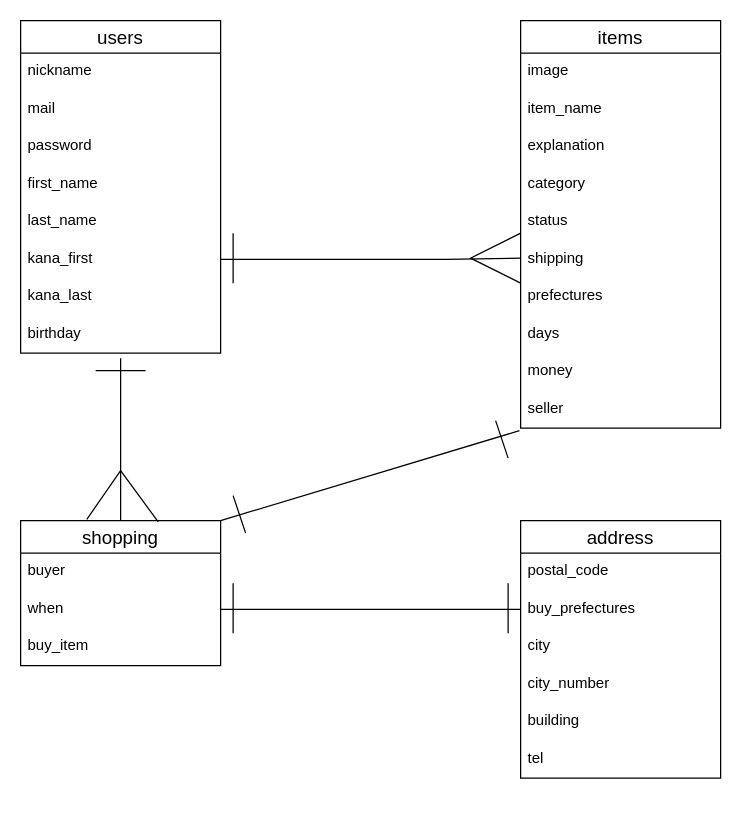
Above: furima.dio in iori-m-0801/furima-31999 (draw.io), before the change. Source tidied: cells renumbered, new cells numbered last; positions are measured from the earlier drawing's top-left corner, leaving out a move shared by most shapes. Both pictures are drawn from the tidied source at 125%, with x=0, y=0 at pixel (20, 20).
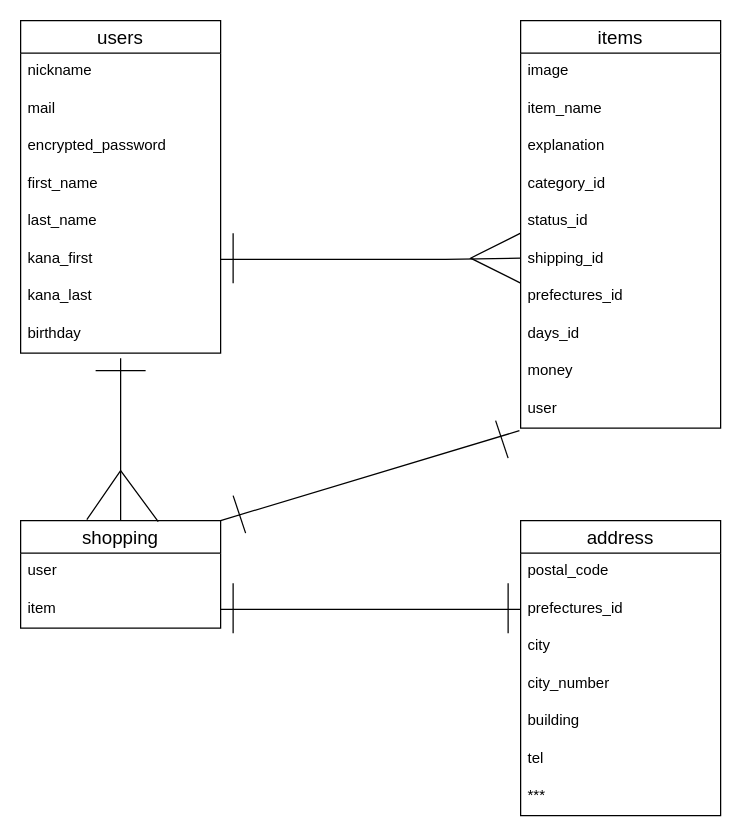
Above is the later version.

Commit message (it also covers changes not shown here):
データベース設計修正2

Unchanged cells that the change refers to:
```xml
<mxCell id="2" value="users" style="swimlane;fontStyle=0;horizontal=1;startSize=26;align=center;fontSize=15;" parent="1" vertex="1">
  <mxGeometry width="160" height="266" as="geometry" />
</mxCell>
<mxCell id="11" value="items" style="swimlane;fontStyle=0;horizontal=1;startSize=26;align=center;fontSize=15;" parent="1" vertex="1">
  <mxGeometry x="400" width="160" height="326" as="geometry" />
</mxCell>
```

The edit, as a diff of the source:
```diff
@@
-    <mxCell id="5" value="password" style="text;strokeColor=none;fillColor=none;spacingLeft=4;spacingRight=4;overflow=hidden;fontSize=12;" parent="2" vertex="1">
+    <mxCell id="5" value="encrypted_password" style="text;strokeColor=none;fillColor=none;spacingLeft=4;spacingRight=4;overflow=hidden;fontSize=12;" parent="2" vertex="1">
       <mxGeometry y="86" width="160" height="30" as="geometry" />
     </mxCell>
@@
-    <mxCell id="15" value="category" style="text;strokeColor=none;fillColor=none;spacingLeft=4;spacingRight=4;overflow=hidden;fontSize=12;" parent="11" vertex="1">
+    <mxCell id="15" value="category_id" style="text;strokeColor=none;fillColor=none;spacingLeft=4;spacingRight=4;overflow=hidden;fontSize=12;" parent="11" vertex="1">
       <mxGeometry y="116" width="160" height="30" as="geometry" />
     </mxCell>
-    <mxCell id="16" value="status" style="text;strokeColor=none;fillColor=none;spacingLeft=4;spacingRight=4;overflow=hidden;fontSize=12;" parent="11" vertex="1">
+    <mxCell id="16" value="status_id" style="text;strokeColor=none;fillColor=none;spacingLeft=4;spacingRight=4;overflow=hidden;fontSize=12;" parent="11" vertex="1">
       <mxGeometry y="146" width="160" height="30" as="geometry" />
     </mxCell>
-    <mxCell id="17" value="shipping" style="text;strokeColor=none;fillColor=none;spacingLeft=4;spacingRight=4;overflow=hidden;fontSize=12;" parent="11" vertex="1">
+    <mxCell id="17" value="shipping_id" style="text;strokeColor=none;fillColor=none;spacingLeft=4;spacingRight=4;overflow=hidden;fontSize=12;" parent="11" vertex="1">
       <mxGeometry y="176" width="160" height="30" as="geometry" />
     </mxCell>
-    <mxCell id="18" value="prefectures" style="text;strokeColor=none;fillColor=none;spacingLeft=4;spacingRight=4;overflow=hidden;fontSize=12;" parent="11" vertex="1">
+    <mxCell id="18" value="prefectures_id" style="text;strokeColor=none;fillColor=none;spacingLeft=4;spacingRight=4;overflow=hidden;fontSize=12;" parent="11" vertex="1">
       <mxGeometry y="206" width="160" height="30" as="geometry" />
     </mxCell>
-    <mxCell id="19" value="days" style="text;strokeColor=none;fillColor=none;spacingLeft=4;spacingRight=4;overflow=hidden;fontSize=12;" parent="11" vertex="1">
+    <mxCell id="19" value="days_id" style="text;strokeColor=none;fillColor=none;spacingLeft=4;spacingRight=4;overflow=hidden;fontSize=12;" parent="11" vertex="1">
       <mxGeometry y="236" width="160" height="30" as="geometry" />
     </mxCell>
@@
-    <mxCell id="21" value="seller" style="text;strokeColor=none;fillColor=none;spacingLeft=4;spacingRight=4;overflow=hidden;points=[[0,0.5],[1,0.5]];portConstraint=eastwest;fontSize=12;" parent="11" vertex="1">
+    <mxCell id="21" value="user" style="text;strokeColor=none;fillColor=none;spacingLeft=4;spacingRight=4;overflow=hidden;points=[[0,0.5],[1,0.5]];portConstraint=eastwest;fontSize=12;" parent="11" vertex="1">
       <mxGeometry y="296" width="160" height="30" as="geometry" />
     </mxCell>
@@
     <mxCell id="23" value="address" style="swimlane;fontStyle=0;horizontal=1;startSize=26;align=center;fontSize=15;" parent="1" vertex="1">
-      <mxGeometry x="400" y="400" width="160" height="206" as="geometry" />
+      <mxGeometry x="400" y="400" width="160" height="236" as="geometry" />
     </mxCell>
@@
-    <mxCell id="25" value="buy_prefectures" style="text;strokeColor=none;fillColor=none;spacingLeft=4;spacingRight=4;overflow=hidden;points=[[0,0.5],[1,0.5]];portConstraint=eastwest;fontSize=12;" parent="23" vertex="1">
+    <mxCell id="25" value="prefectures_id" style="text;strokeColor=none;fillColor=none;spacingLeft=4;spacingRight=4;overflow=hidden;points=[[0,0.5],[1,0.5]];portConstraint=eastwest;fontSize=12;" parent="23" vertex="1">
       <mxGeometry y="56" width="160" height="30" as="geometry" />
     </mxCell>
@@
+    <mxCell id="45" value="***" style="text;strokeColor=none;fillColor=none;spacingLeft=4;spacingRight=4;overflow=hidden;fontSize=12;" parent="23" vertex="1">
+      <mxGeometry y="206" width="160" height="30" as="geometry" />
+    </mxCell>
     <mxCell id="30" value="shopping" style="swimlane;fontStyle=0;horizontal=1;startSize=26;align=center;fontSize=15;" parent="1" vertex="1">
-      <mxGeometry y="400" width="160" height="116" as="geometry" />
+      <mxGeometry y="400" width="160" height="86" as="geometry" />
     </mxCell>
-    <mxCell id="31" value="buyer" style="text;strokeColor=none;fillColor=none;spacingLeft=4;spacingRight=4;overflow=hidden;fontSize=12;" parent="30" vertex="1">
+    <mxCell id="31" value="user" style="text;strokeColor=none;fillColor=none;spacingLeft=4;spacingRight=4;overflow=hidden;fontSize=12;" parent="30" vertex="1">
       <mxGeometry y="26" width="160" height="30" as="geometry" />
     </mxCell>
-    <mxCell id="32" value="when" style="text;strokeColor=none;fillColor=none;spacingLeft=4;spacingRight=4;overflow=hidden;fontSize=12;" parent="30" vertex="1">
-      <mxGeometry y="56" width="160" height="30" as="geometry" />
-    </mxCell>
-    <mxCell id="33" value="buy_item" style="text;strokeColor=none;fillColor=none;spacingLeft=4;spacingRight=4;overflow=hidden;fontSize=12;" parent="30" vertex="1">
-      <mxGeometry y="86" width="160" height="30" as="geometry" />
+    <mxCell id="33" value="item" style="text;strokeColor=none;fillColor=none;spacingLeft=4;spacingRight=4;overflow=hidden;fontSize=12;" parent="30" vertex="1">
+      <mxGeometry y="56" width="160" height="30" as="geometry" />
     </mxCell>
```
